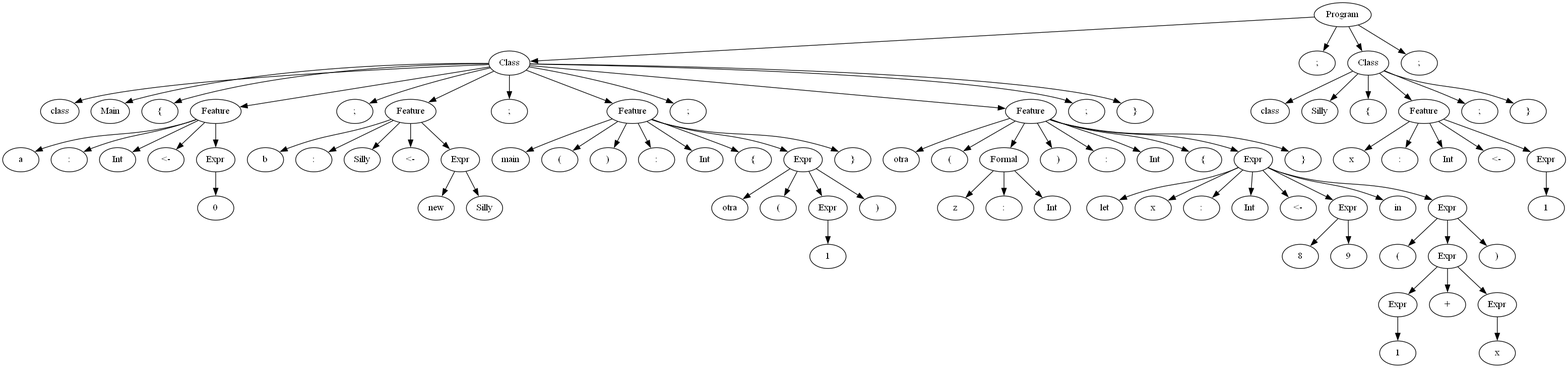
The Graphviz diagram output.gv.png in Manuel-Archila/Proyecto0_CC, before a commit. Its source is kept beside it as output.gv.
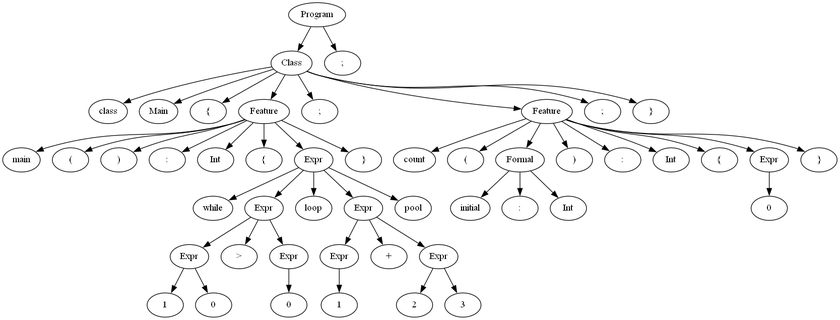
The same file after the commit.

The edit, as a diff of the source:
```diff
@@ -11,161 +11,89 @@
 	1 -> 5
 	5 [label=Feature]
 	5 -> 6
-	6 [label=a]
+	6 [label=main]
 	5 -> 7
-	7 [label=":"]
+	7 [label="("]
 	5 -> 8
-	8 [label=Int]
+	8 [label=")"]
 	5 -> 9
-	9 [label="<-"]
+	9 [label=":"]
 	5 -> 10
-	10 [label=Expr]
-	10 -> 11
-	11 [label=0]
-	1 -> 12
-	12 [label=";"]
-	1 -> 13
-	13 [label=Feature]
-	13 -> 14
-	14 [label=b]
-	13 -> 15
-	15 [label=":"]
-	13 -> 16
-	16 [label=Silly]
-	13 -> 17
-	17 [label="<-"]
-	13 -> 18
-	18 [label=Expr]
-	18 -> 19
-	19 [label=new]
-	18 -> 20
-	20 [label=Silly]
-	1 -> 21
-	21 [label=";"]
-	1 -> 22
-	22 [label=Feature]
+	10 [label=Int]
+	5 -> 11
+	11 [label="{"]
+	5 -> 12
+	12 [label=Expr]
+	12 -> 13
+	13 [label=while]
+	12 -> 14
+	14 [label=Expr]
+	14 -> 15
+	15 [label=Expr]
+	15 -> 16
+	16 [label=1]
+	15 -> 17
+	17 [label=0]
+	14 -> 18
+	18 [label=">"]
+	14 -> 19
+	19 [label=Expr]
+	19 -> 20
+	20 [label=0]
+	12 -> 21
+	21 [label=loop]
+	12 -> 22
+	22 [label=Expr]
 	22 -> 23
-	23 [label=main]
-	22 -> 24
-	24 [label="("]
+	23 [label=Expr]
+	23 -> 24
+	24 [label=1]
 	22 -> 25
-	25 [label=")"]
+	25 [label="+"]
 	22 -> 26
-	26 [label=":"]
-	22 -> 27
-	27 [label=Int]
-	22 -> 28
-	28 [label="{"]
-	22 -> 29
-	29 [label=Expr]
-	29 -> 30
-	30 [label=otra]
-	29 -> 31
-	31 [label="("]
-	29 -> 32
-	32 [label=Expr]
+	26 [label=Expr]
+	26 -> 27
+	27 [label=2]
+	26 -> 28
+	28 [label=3]
+	12 -> 29
+	29 [label=pool]
+	5 -> 30
+	30 [label="}"]
+	1 -> 31
+	31 [label=";"]
+	1 -> 32
+	32 [label=Feature]
 	32 -> 33
-	33 [label=1]
-	29 -> 34
-	34 [label=")"]
-	22 -> 35
-	35 [label="}"]
-	1 -> 36
-	36 [label=";"]
-	1 -> 37
-	37 [label=Feature]
-	37 -> 38
-	38 [label=otra]
-	37 -> 39
-	39 [label="("]
-	37 -> 40
-	40 [label=Formal]
-	40 -> 41
-	41 [label=z]
-	40 -> 42
-	42 [label=":"]
-	40 -> 43
-	43 [label=Int]
-	37 -> 44
-	44 [label=")"]
-	37 -> 45
-	45 [label=":"]
-	37 -> 46
-	46 [label=Int]
-	37 -> 47
-	47 [label="{"]
-	37 -> 48
-	48 [label=Expr]
-	48 -> 49
-	49 [label=let]
-	48 -> 50
-	50 [label=x]
-	48 -> 51
-	51 [label=":"]
-	48 -> 52
-	52 [label=Int]
-	48 -> 53
-	53 [label="<-"]
-	48 -> 54
-	54 [label=Expr]
-	54 -> 55
-	55 [label=8]
-	54 -> 56
-	56 [label=9]
-	48 -> 57
-	57 [label=in]
-	48 -> 58
-	58 [label=Expr]
-	58 -> 59
-	59 [label="("]
-	58 -> 60
-	60 [label=Expr]
-	60 -> 61
-	61 [label=Expr]
-	61 -> 62
-	62 [label=1]
-	60 -> 63
-	63 [label="+"]
-	60 -> 64
-	64 [label=Expr]
-	64 -> 65
-	65 [label=x]
-	58 -> 66
-	66 [label=")"]
-	37 -> 67
-	67 [label="}"]
-	1 -> 68
-	68 [label=";"]
-	1 -> 69
-	69 [label="}"]
-	0 -> 70
-	70 [label=";"]
-	0 -> 71
-	71 [label=Class]
-	71 -> 72
-	72 [label=class]
-	71 -> 73
-	73 [label=Silly]
-	71 -> 74
-	74 [label="{"]
-	71 -> 75
-	75 [label=Feature]
-	75 -> 76
-	76 [label=x]
-	75 -> 77
-	77 [label=":"]
-	75 -> 78
-	78 [label=Int]
-	75 -> 79
-	79 [label="<-"]
-	75 -> 80
-	80 [label=Expr]
-	80 -> 81
-	81 [label=1]
-	71 -> 82
-	82 [label=";"]
-	71 -> 83
-	83 [label="}"]
-	0 -> 84
-	84 [label=";"]
+	33 [label=count]
+	32 -> 34
+	34 [label="("]
+	32 -> 35
+	35 [label=Formal]
+	35 -> 36
+	36 [label=initial]
+	35 -> 37
+	37 [label=":"]
+	35 -> 38
+	38 [label=Int]
+	32 -> 39
+	39 [label=")"]
+	32 -> 40
+	40 [label=":"]
+	32 -> 41
+	41 [label=Int]
+	32 -> 42
+	42 [label="{"]
+	32 -> 43
+	43 [label=Expr]
+	43 -> 44
+	44 [label=0]
+	32 -> 45
+	45 [label="}"]
+	1 -> 46
+	46 [label=";"]
+	1 -> 47
+	47 [label="}"]
+	0 -> 48
+	48 [label=";"]
 }
```
